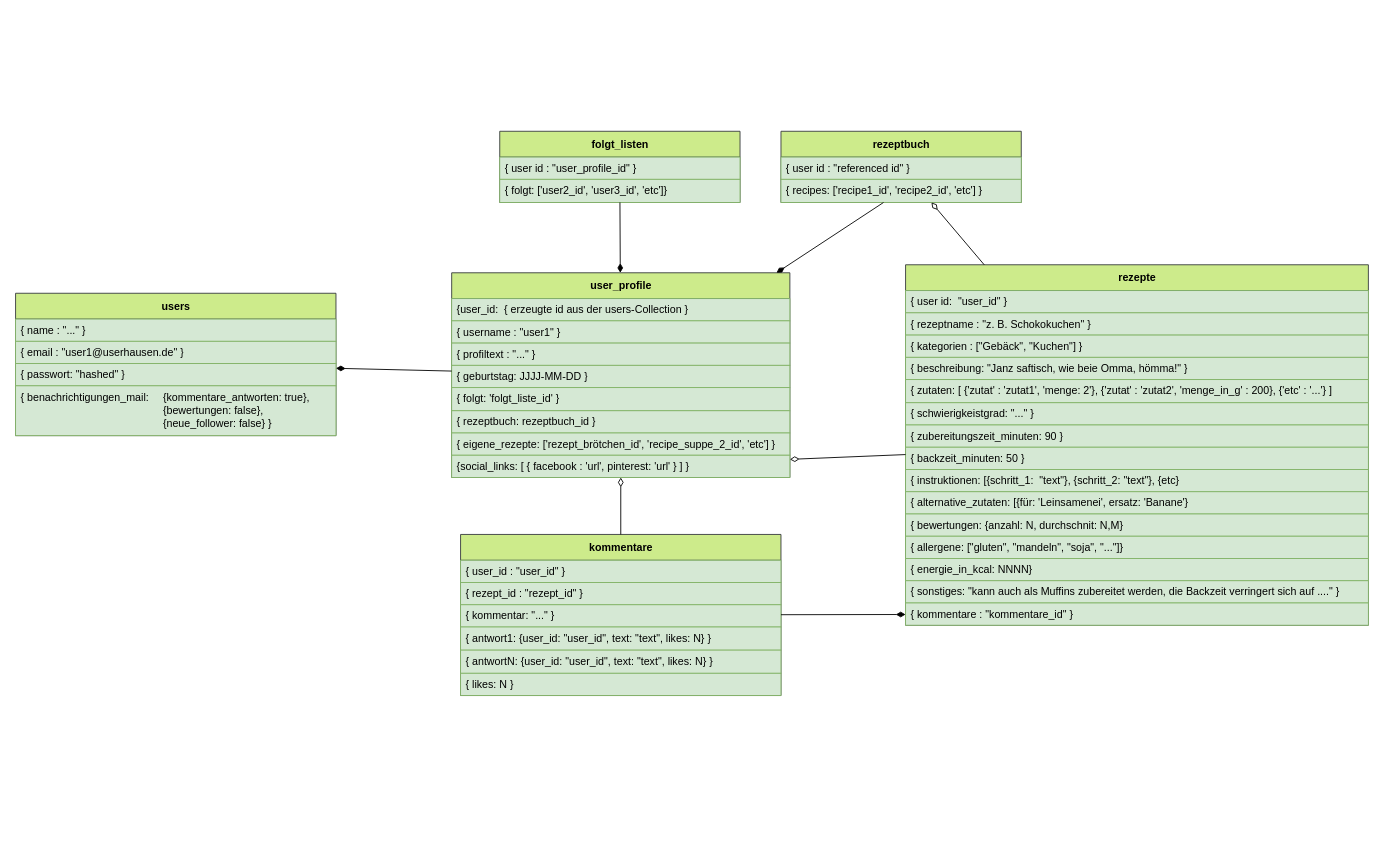
MaPankow/MongoDB_Rezepte_Social_Network keeps this draw.io diagram as klassendiagramm.drawio. Above is the earlier version. Source tidied: cells renumbered, new cells numbered last; positions are measured from the earlier drawing's top-left corner, leaving out a move shared by most shapes. Both pictures are drawn from the tidied source at 89%, with x=0, y=0 at pixel (15, 131).
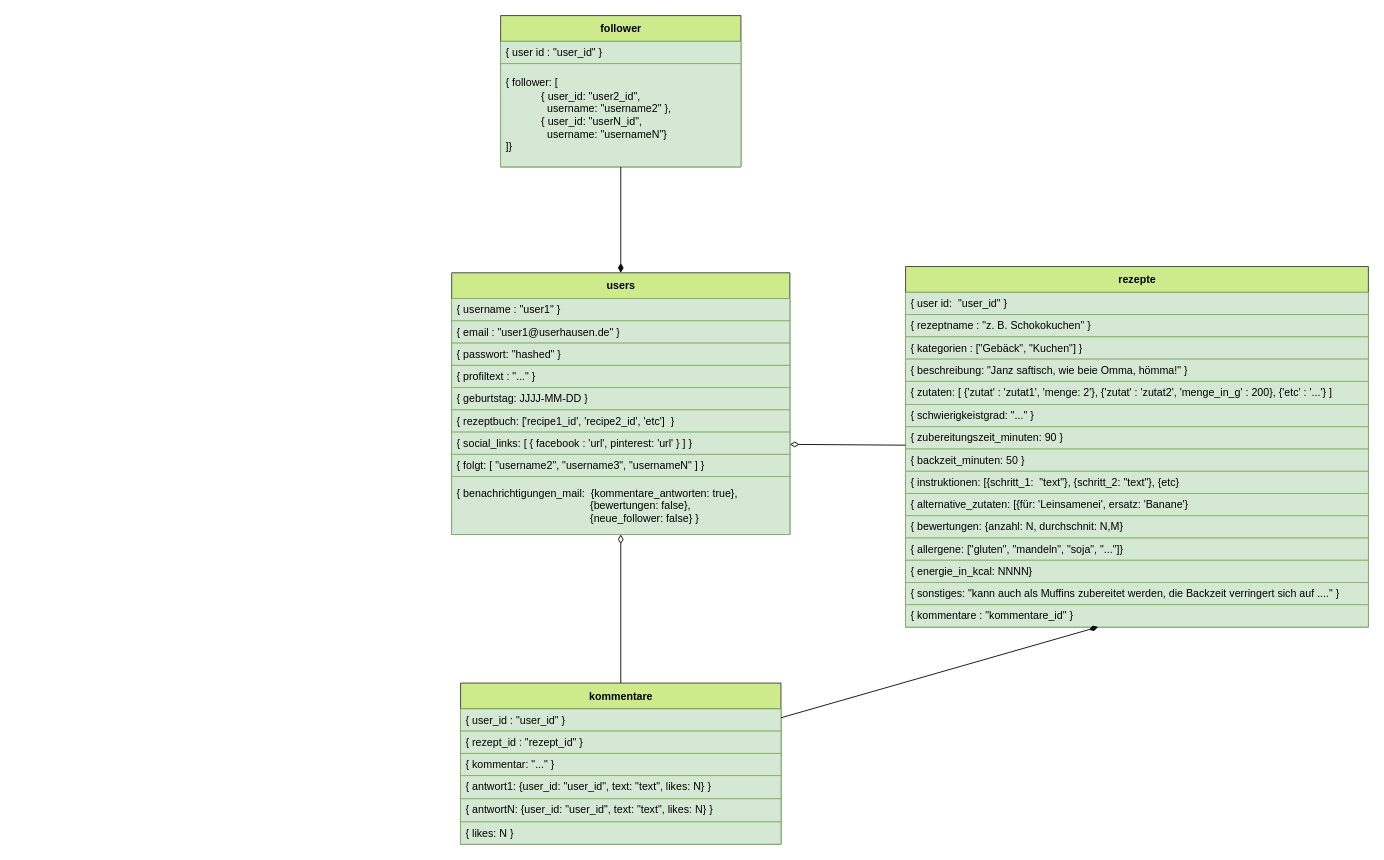
After the change.

Commit message (it also covers changes not shown here):
Neue Users-Collection, Rezepte-Collection und Dummy-Daten mit ChatGPT

The edit, as a diff of the source:
```diff
@@
-    <mxCell id="2" value="user_profile" style="swimlane;fontStyle=1;align=center;verticalAlign=middle;horizontal=1;startSize=29;html=1;fillColor=#cdeb8b;strokeColor=#36393d;" parent="1" vertex="1">
-      <mxGeometry x="490" y="159" width="380" height="230" as="geometry" />
+    <mxCell id="2" value="users" style="swimlane;fontStyle=1;align=center;verticalAlign=middle;horizontal=1;startSize=29;html=1;fillColor=#cdeb8b;strokeColor=#36393d;" parent="1" vertex="1">
+      <mxGeometry x="490" y="159" width="380" height="294" as="geometry" />
     </mxCell>
-    <mxCell id="3" value="{user_id:&amp;nbsp; { erzeugte id aus der users-Collection }" style="text;html=1;strokeColor=#82b366;fillColor=#d5e8d4;align=left;verticalAlign=middle;spacingLeft=4;spacingRight=4;overflow=hidden;" parent="2" vertex="1">
-      <mxGeometry y="29" width="380" height="25" as="geometry" />
-    </mxCell>
     <mxCell id="4" value="{ username : &quot;user1&quot; }" style="text;html=1;strokeColor=#82b366;fillColor=#d5e8d4;align=left;verticalAlign=middle;spacingLeft=4;spacingRight=4;overflow=hidden;" parent="2" vertex="1">
-      <mxGeometry y="54" width="380" height="25" as="geometry" />
+      <mxGeometry y="29" width="380" height="25" as="geometry" />
     </mxCell>
+    <mxCell id="47" value="{ email : &quot;user1@userhausen.de&quot; }" style="text;html=1;strokeColor=#82b366;fillColor=#d5e8d4;align=left;verticalAlign=middle;spacingLeft=4;spacingRight=4;overflow=hidden;" parent="2" vertex="1">
+      <mxGeometry y="54" width="380" height="25" as="geometry" />
+    </mxCell>
+    <mxCell id="48" value="{ passwort: &quot;hashed&quot; }" style="text;html=1;strokeColor=#82b366;fillColor=#d5e8d4;align=left;verticalAlign=middle;spacingLeft=4;spacingRight=4;overflow=hidden;" parent="2" vertex="1">
+      <mxGeometry y="79" width="380" height="25" as="geometry" />
+    </mxCell>
     <mxCell id="5" value="{ profiltext : &quot;...&quot; }" style="text;html=1;strokeColor=#82b366;fillColor=#d5e8d4;align=left;verticalAlign=middle;spacingLeft=4;spacingRight=4;overflow=hidden;" parent="2" vertex="1">
-      <mxGeometry y="79" width="380" height="25" as="geometry" />
+      <mxGeometry y="104" width="380" height="25" as="geometry" />
     </mxCell>
     <mxCell id="6" value="{ geburtstag: JJJJ-MM-DD }" style="text;html=1;strokeColor=#82b366;fillColor=#d5e8d4;align=left;verticalAlign=middle;spacingLeft=4;spacingRight=4;overflow=hidden;" parent="2" vertex="1">
-      <mxGeometry y="104" width="380" height="25" as="geometry" />
+      <mxGeometry y="129" width="380" height="25" as="geometry" />
     </mxCell>
-    <mxCell id="7" value="{ folgt: 'folgt_liste_id' }" style="text;html=1;strokeColor=#82b366;fillColor=#d5e8d4;align=left;verticalAlign=middle;spacingLeft=4;spacingRight=4;overflow=hidden;" parent="2" vertex="1">
-      <mxGeometry y="129" width="380" height="26" as="geometry" />
-    </mxCell>
-    <mxCell id="8" value="{ rezeptbuch: rezeptbuch_id }" style="text;html=1;strokeColor=#82b366;fillColor=#d5e8d4;align=left;verticalAlign=middle;spacingLeft=4;spacingRight=4;overflow=hidden;" parent="2" vertex="1">
-      <mxGeometry y="155" width="380" height="25" as="geometry" />
+    <mxCell id="8" value="{ rezeptbuch: ['recipe1_id', 'recipe2_id', 'etc']&amp;nbsp;&amp;nbsp;}" style="text;html=1;strokeColor=#82b366;fillColor=#d5e8d4;align=left;verticalAlign=middle;spacingLeft=4;spacingRight=4;overflow=hidden;" parent="2" vertex="1">
+      <mxGeometry y="154" width="380" height="25" as="geometry" />
     </mxCell>
-    <mxCell id="9" value="{ eigene_rezepte: ['rezept_brötchen_id', 'recipe_suppe_2_id', 'etc'] }" style="text;html=1;strokeColor=#82b366;fillColor=#d5e8d4;align=left;verticalAlign=middle;spacingLeft=4;spacingRight=4;overflow=hidden;" parent="2" vertex="1">
-      <mxGeometry y="180" width="380" height="25" as="geometry" />
-    </mxCell>
-    <mxCell id="10" value="{social_links: [ { facebook : 'url', pinterest: 'url' } ] }" style="text;html=1;strokeColor=#82b366;fillColor=#d5e8d4;align=left;verticalAlign=middle;spacingLeft=4;spacingRight=4;overflow=hidden;points=[[0,0.5],[1,0.5]];portConstraint=eastwest;" parent="2" vertex="1">
-      <mxGeometry y="205" width="380" height="25" as="geometry" />
+    <mxCell id="10" value="{ social_links: [ { facebook : 'url', pinterest: 'url' } ] }" style="text;html=1;strokeColor=#82b366;fillColor=#d5e8d4;align=left;verticalAlign=middle;spacingLeft=4;spacingRight=4;overflow=hidden;points=[[0,0.5],[1,0.5]];portConstraint=eastwest;" parent="2" vertex="1">
+      <mxGeometry y="179" width="380" height="25" as="geometry" />
     </mxCell>
+    <mxCell id="52" value="{ folgt: [ &quot;username2&quot;, &quot;username3&quot;, &quot;usernameN&quot; ] }" style="text;html=1;strokeColor=#82b366;fillColor=#d5e8d4;align=left;verticalAlign=middle;spacingLeft=4;spacingRight=4;overflow=hidden;" parent="2" vertex="1">
+      <mxGeometry y="204" width="380" height="25" as="geometry" />
+    </mxCell>
+    <mxCell id="49" value="{ benachrichtigungen_mail:&amp;nbsp;&lt;span style=&quot;border-color: var(--border-color);&quot;&gt;&#9;&lt;/span&gt;{kommentare_antworten: true},&lt;br style=&quot;border-color: var(--border-color);&quot;&gt;&lt;span style=&quot;border-color: var(--border-color);&quot;&gt;&#9;&lt;/span&gt;&lt;span style=&quot;border-color: var(--border-color);&quot;&gt;&#9;&lt;/span&gt;&lt;span style=&quot;border-color: var(--border-color);&quot;&gt;&#9;&lt;/span&gt;&lt;span style=&quot;border-color: var(--border-color);&quot;&gt;&#9;&lt;/span&gt;&lt;span style=&quot;border-color: var(--border-color);&quot;&gt;&#9;&lt;span style=&quot;border-color: var(--border-color);&quot;&gt;&#9;&lt;/span&gt;&lt;/span&gt;&lt;span style=&quot;white-space: pre;&quot;&gt;&#9;&lt;/span&gt;&lt;span style=&quot;white-space: pre;&quot;&gt;&#9;&lt;/span&gt;&lt;span style=&quot;white-space: pre;&quot;&gt;&#9;&lt;/span&gt;&lt;span style=&quot;white-space: pre;&quot;&gt;&#9;&lt;/span&gt;&lt;span style=&quot;white-space: pre;&quot;&gt;&#9;&lt;/span&gt;&amp;nbsp; &amp;nbsp; &amp;nbsp;{bewertungen: false},&lt;br style=&quot;border-color: var(--border-color);&quot;&gt;&lt;span style=&quot;border-color: var(--border-color);&quot;&gt;&#9;&lt;/span&gt;&lt;span style=&quot;border-color: var(--border-color);&quot;&gt;&#9;&lt;/span&gt;&lt;span style=&quot;border-color: var(--border-color);&quot;&gt;&#9;&lt;/span&gt;&lt;span style=&quot;border-color: var(--border-color);&quot;&gt;&#9;&lt;/span&gt;&lt;span style=&quot;border-color: var(--border-color);&quot;&gt;&#9;&lt;span style=&quot;border-color: var(--border-color);&quot;&gt;&#9;&lt;/span&gt;&lt;/span&gt;&lt;span style=&quot;white-space: pre;&quot;&gt;&#9;&lt;/span&gt;&lt;span style=&quot;white-space: pre;&quot;&gt;&#9;&lt;/span&gt;&lt;span style=&quot;white-space: pre;&quot;&gt;&#9;&lt;/span&gt;&lt;span style=&quot;white-space: pre;&quot;&gt;&#9;&lt;/span&gt;&lt;span style=&quot;white-space: pre;&quot;&gt;&#9;&lt;/span&gt;&amp;nbsp; &amp;nbsp; &amp;nbsp;{neue_follower: false} }" style="text;html=1;strokeColor=#82b366;fillColor=#d5e8d4;align=left;verticalAlign=middle;spacingLeft=4;spacingRight=4;overflow=hidden;points=[[0,0.5],[1,0.5]];portConstraint=eastwest;" parent="2" vertex="1">
+      <mxGeometry y="229" width="380" height="65" as="geometry" />
+    </mxCell>
-    <mxCell id="11" value="folgt_listen" style="swimlane;fontStyle=1;align=center;verticalAlign=middle;horizontal=1;startSize=29;html=1;fillColor=#cdeb8b;strokeColor=#36393d;" parent="1" vertex="1">
-      <mxGeometry x="544" width="270" height="80" as="geometry" />
+    <mxCell id="11" value="follower" style="swimlane;fontStyle=1;align=center;verticalAlign=middle;horizontal=1;startSize=29;html=1;fillColor=#cdeb8b;strokeColor=#36393d;" parent="1" vertex="1">
+      <mxGeometry x="545" y="-130" width="270" height="170" as="geometry" />
     </mxCell>
-    <mxCell id="12" value="{ user id : &quot;user_profile_id&quot; }" style="text;html=1;strokeColor=#82b366;fillColor=#d5e8d4;align=left;verticalAlign=middle;spacingLeft=4;spacingRight=4;overflow=hidden;" parent="11" vertex="1">
+    <mxCell id="12" value="{ user id : &quot;user_id&quot; }" style="text;html=1;strokeColor=#82b366;fillColor=#d5e8d4;align=left;verticalAlign=middle;spacingLeft=4;spacingRight=4;overflow=hidden;" parent="11" vertex="1">
       <mxGeometry y="29" width="270" height="25" as="geometry" />
     </mxCell>
-    <mxCell id="13" value="{ folgt: ['user2_id', 'user3_id', 'etc']}" style="text;html=1;strokeColor=#82b366;fillColor=#d5e8d4;align=left;verticalAlign=middle;spacingLeft=4;spacingRight=4;overflow=hidden;points=[[0,0.5],[1,0.5]];portConstraint=eastwest;" parent="11" vertex="1">
-      <mxGeometry y="54" width="270" height="26" as="geometry" />
+    <mxCell id="13" value="{ follower: [&lt;br&gt;&lt;span style=&quot;&quot;&gt;&#9;&lt;/span&gt;&lt;span style=&quot;&quot;&gt;&#9;&lt;/span&gt;&lt;span style=&quot;&quot;&gt;&#9;&lt;/span&gt;&lt;blockquote style=&quot;margin: 0 0 0 40px; border: none; padding: 0px;&quot;&gt;{ user_id: &quot;user2_id&quot;,&lt;br&gt; &amp;nbsp; username: &quot;username2&quot; },&lt;br&gt;{ user_id: &quot;userN_id&quot;,&lt;br&gt;&amp;nbsp; username: &quot;usernameN&quot;}&lt;/blockquote&gt;]}" style="text;html=1;strokeColor=#82b366;fillColor=#d5e8d4;align=left;verticalAlign=middle;spacingLeft=4;spacingRight=4;overflow=hidden;points=[[0,0.5],[1,0.5]];portConstraint=eastwest;" parent="11" vertex="1">
+      <mxGeometry y="54" width="270" height="116" as="geometry" />
     </mxCell>
-    <mxCell id="14" value="rezeptbuch" style="swimlane;fontStyle=1;align=center;verticalAlign=middle;horizontal=1;startSize=29;html=1;fillColor=#cdeb8b;strokeColor=#36393d;" parent="1" vertex="1">
-      <mxGeometry x="860" width="270" height="80" as="geometry" />
-    </mxCell>
-    <mxCell id="15" value="{ user id : &quot;referenced id&quot; }" style="text;html=1;strokeColor=#82b366;fillColor=#d5e8d4;align=left;verticalAlign=middle;spacingLeft=4;spacingRight=4;overflow=hidden;" parent="14" vertex="1">
-      <mxGeometry y="29" width="270" height="25" as="geometry" />
-    </mxCell>
-    <mxCell id="16" value="{ recipes: ['recipe1_id', 'recipe2_id', 'etc'] }" style="text;html=1;strokeColor=#82b366;fillColor=#d5e8d4;align=left;verticalAlign=middle;spacingLeft=4;spacingRight=4;overflow=hidden;points=[[0,0.5],[1,0.5]];portConstraint=eastwest;" parent="14" vertex="1">
-      <mxGeometry y="54" width="270" height="26" as="geometry" />
-    </mxCell>
     <mxCell id="17" value="rezepte" style="swimlane;fontStyle=1;align=center;verticalAlign=middle;horizontal=1;startSize=29;html=1;fillColor=#cdeb8b;strokeColor=#36393d;" parent="1" vertex="1">
-      <mxGeometry x="1000" y="150" width="520" height="405" as="geometry" />
+      <mxGeometry x="1000" y="152" width="520" height="405" as="geometry" />
     </mxCell>
@@
     <mxCell id="33" value="kommentare" style="swimlane;fontStyle=1;align=center;verticalAlign=middle;horizontal=1;startSize=29;html=1;fillColor=#cdeb8b;strokeColor=#36393d;" parent="1" vertex="1">
-      <mxGeometry x="500" y="453" width="360" height="181" as="geometry" />
+      <mxGeometry x="500" y="620" width="360" height="181" as="geometry" />
     </mxCell>
@@
-    <mxCell id="40" style="endArrow=none;startArrow=diamondThin;endFill=0;startFill=1;html=1;verticalAlign=bottom;labelBackgroundColor=none;strokeWidth=1;startSize=8;endSize=8;" parent="1" edge="1" source="2" target="16">
-      <mxGeometry relative="1" as="geometry" />
-    </mxCell>
@@
-    <mxCell id="42" style="endArrow=none;startArrow=diamondThin;endFill=0;startFill=0;html=1;verticalAlign=bottom;labelBackgroundColor=none;strokeWidth=1;startSize=8;endSize=8;" parent="1" edge="1" source="10" target="33">
+    <mxCell id="42" style="endArrow=none;startArrow=diamondThin;endFill=0;startFill=0;html=1;verticalAlign=bottom;labelBackgroundColor=none;strokeWidth=1;startSize=8;endSize=8;" parent="1" edge="1" source="49" target="33">
       <mxGeometry relative="1" as="geometry" />
     </mxCell>
+    <mxCell id="44" style="endArrow=none;startArrow=diamondThin;endFill=0;startFill=1;html=1;verticalAlign=bottom;labelBackgroundColor=none;strokeWidth=1;startSize=8;endSize=8;" parent="1" edge="1" source="2" target="13">
+      <mxGeometry relative="1" as="geometry" />
+    </mxCell>
@@
-    <mxCell id="44" style="endArrow=none;startArrow=diamondThin;endFill=0;startFill=1;html=1;verticalAlign=bottom;labelBackgroundColor=none;strokeWidth=1;startSize=8;endSize=8;" parent="1" edge="1" source="2" target="13">
-      <mxGeometry relative="1" as="geometry" />
-    </mxCell>
-    <mxCell id="45" value="users" style="swimlane;fontStyle=1;align=center;verticalAlign=middle;horizontal=1;startSize=29;html=1;fillColor=#cdeb8b;strokeColor=#36393d;" parent="1" vertex="1">
-      <mxGeometry y="182" width="360" height="160" as="geometry" />
-    </mxCell>
-    <mxCell id="46" value="{ name : &quot;...&quot; }" style="text;html=1;strokeColor=#82b366;fillColor=#d5e8d4;align=left;verticalAlign=middle;spacingLeft=4;spacingRight=4;overflow=hidden;" parent="45" vertex="1">
-      <mxGeometry y="29" width="360" height="25" as="geometry" />
-    </mxCell>
-    <mxCell id="47" value="{ email : &quot;user1@userhausen.de&quot; }" style="text;html=1;strokeColor=#82b366;fillColor=#d5e8d4;align=left;verticalAlign=middle;spacingLeft=4;spacingRight=4;overflow=hidden;" parent="45" vertex="1">
-      <mxGeometry y="54" width="360" height="25" as="geometry" />
-    </mxCell>
-    <mxCell id="48" value="{ passwort: &quot;hashed&quot; }" style="text;html=1;strokeColor=#82b366;fillColor=#d5e8d4;align=left;verticalAlign=middle;spacingLeft=4;spacingRight=4;overflow=hidden;" parent="45" vertex="1">
-      <mxGeometry y="79" width="360" height="25" as="geometry" />
-    </mxCell>
-    <mxCell id="49" value="{ benachrichtigungen_mail: &lt;span style=&quot;white-space: pre;&quot;&gt;&#9;&lt;/span&gt;{kommentare_antworten: true},&lt;br&gt;&lt;span style=&quot;white-space: pre;&quot;&gt;&#9;&lt;/span&gt;&lt;span style=&quot;white-space: pre;&quot;&gt;&#9;&lt;/span&gt;&lt;span style=&quot;white-space: pre;&quot;&gt;&#9;&lt;/span&gt;&lt;span style=&quot;white-space: pre;&quot;&gt;&#9;&lt;/span&gt;&lt;span style=&quot;white-space: pre;&quot;&gt;&#9;&lt;span style=&quot;white-space: pre;&quot;&gt;&#9;&lt;/span&gt;&lt;/span&gt;{bewertungen: false},&lt;br&gt;&lt;span style=&quot;white-space: pre;&quot;&gt;&#9;&lt;/span&gt;&lt;span style=&quot;white-space: pre;&quot;&gt;&#9;&lt;/span&gt;&lt;span style=&quot;white-space: pre;&quot;&gt;&#9;&lt;/span&gt;&lt;span style=&quot;white-space: pre;&quot;&gt;&#9;&lt;/span&gt;&lt;span style=&quot;white-space: pre;&quot;&gt;&#9;&lt;span style=&quot;white-space: pre;&quot;&gt;&#9;&lt;/span&gt;&lt;/span&gt;{neue_follower: false} }" style="text;html=1;strokeColor=#82b366;fillColor=#d5e8d4;align=left;verticalAlign=middle;spacingLeft=4;spacingRight=4;overflow=hidden;points=[[0,0.5],[1,0.5]];portConstraint=eastwest;" parent="45" vertex="1">
-      <mxGeometry y="104" width="360" height="56" as="geometry" />
-    </mxCell>
-    <mxCell id="50" style="endArrow=none;startArrow=diamondThin;endFill=0;startFill=1;html=1;verticalAlign=bottom;labelBackgroundColor=none;strokeWidth=1;startSize=8;endSize=8;" parent="1" edge="1" source="45" target="2">
-      <mxGeometry relative="1" as="geometry" />
-    </mxCell>
-    <mxCell id="51" style="endArrow=none;startArrow=diamondThin;endFill=0;startFill=0;html=1;verticalAlign=bottom;labelBackgroundColor=none;strokeWidth=1;startSize=8;endSize=8;exitX=0.626;exitY=1;exitDx=0;exitDy=0;exitPerimeter=0;" parent="1" edge="1" source="16" target="17">
-      <mxGeometry relative="1" as="geometry" />
-    </mxCell>
```
